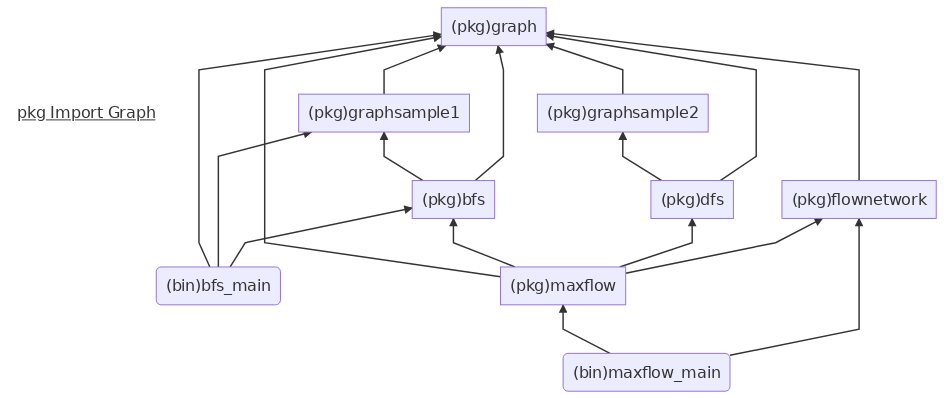
Before: golang_pkg_import_graph.mmd.png, a diagram exported from Mermaid (wangyoucao577/algorithms_practice). Its source is kept beside it as golang_pkg_import_graph.mmd.
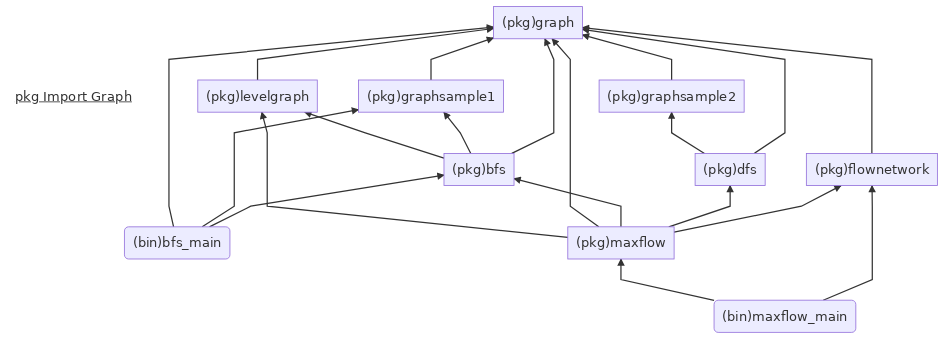
After the change.

Commit message:
update import graph for levelgraph

The edit, as a diff of the source:
```diff
@@ -8,10 +8,13 @@
 linkStyle 0 stroke:#FFF,stroke-width:0;
 
 pkggraphsample1["(pkg)graphsample1"] --> pkggraph["(pkg)graph"]
-pkggraphsample2["(pkg)graphsample2"] --> pkggraph["(pkg)graph"]
+pkggraphsample2["(pkg)graphsample2"] --> pkggraph
+
+pkglevelgraph["(pkg)levelgraph"] --> pkggraph
 
 pkgbfs["(pkg)bfs"] --> pkggraph
 pkgbfs --> pkggraphsample1
+pkgbfs --> pkglevelgraph
 
 bfs_main("(bin)bfs_main") --> pkgbfs
 bfs_main --> pkggraphsample1
@@ -26,6 +29,7 @@
 pkgmaxflow --> pkgdfs
 pkgmaxflow --> pkgbfs
 pkgmaxflow --> pkggraph
+pkgmaxflow --> pkglevelgraph
 
 
 maxflow_main("(bin)maxflow_main") --> pkgflownetwork
```
